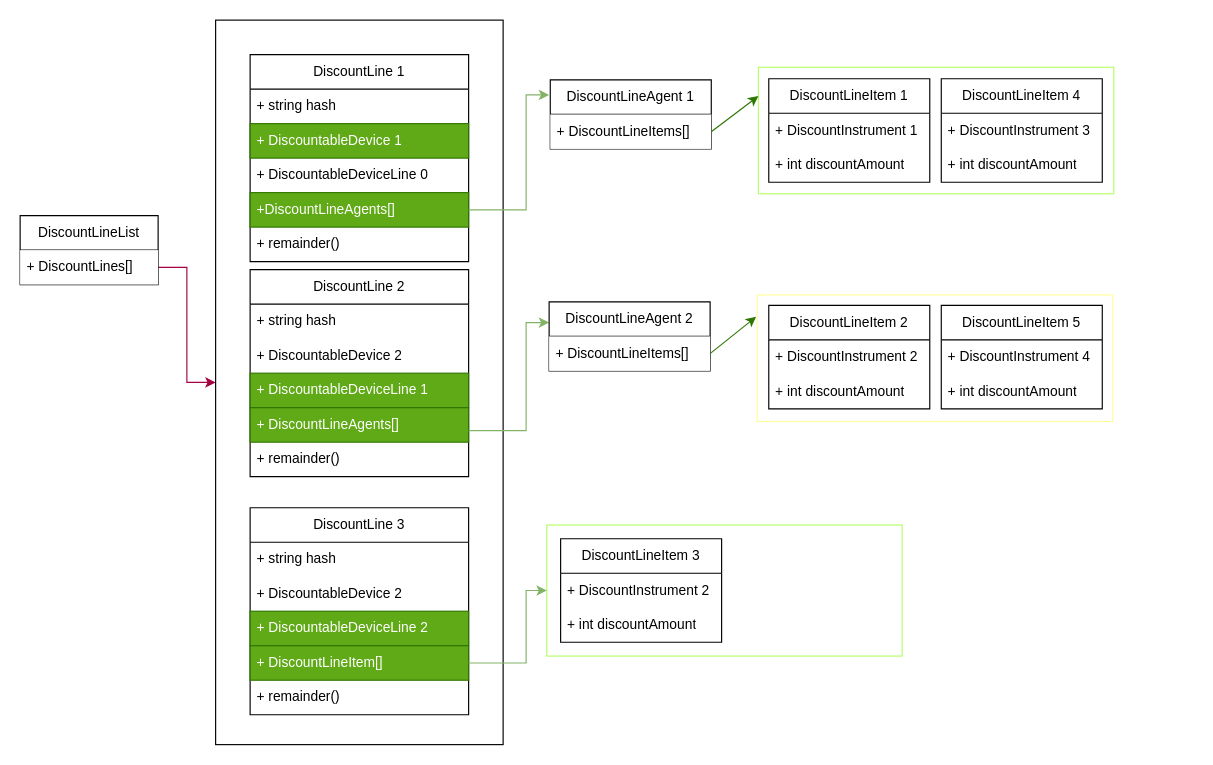
Before: discount.drawio in autepos/discount, a draw.io diagram. Source tidied: cells renumbered, new cells numbered last; positions are measured from the earlier drawing's top-left corner, leaving out a move shared by most shapes. Both pictures are drawn from the tidied source at 115%, with x=0, y=0 at pixel (20, 20).
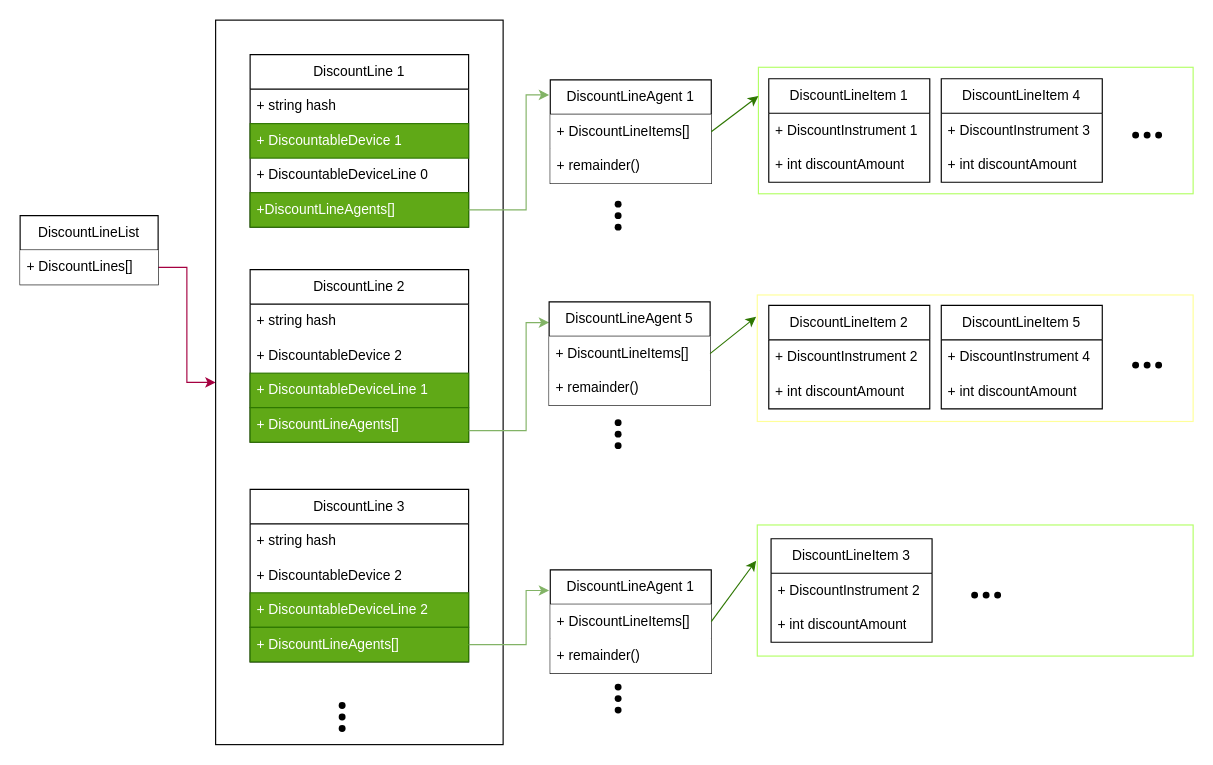
Above is the later version.

The change refers to these unchanged cells:
```xml
<mxCell id="46" value="+ DiscountLineItems[]" style="text;strokeColor=none;fillColor=default;align=left;verticalAlign=middle;spacingLeft=4;spacingRight=4;overflow=hidden;points=[[0,0.5],[1,0.5]];portConstraint=eastwest;whiteSpace=wrap;html=1;" parent="45" vertex="1">
  <mxGeometry y="30" width="140" height="30" as="geometry" />
</mxCell>
<mxCell id="49" value="+ DiscountLineItems[]" style="text;strokeColor=none;fillColor=default;align=left;verticalAlign=middle;spacingLeft=4;spacingRight=4;overflow=hidden;points=[[0,0.5],[1,0.5]];portConstraint=eastwest;whiteSpace=wrap;html=1;" parent="48" vertex="1">
  <mxGeometry y="30" width="140" height="30" as="geometry" />
</mxCell>
```

Diff of the diagram source:
```diff
@@
     <mxCell id="2" style="rounded=0;whiteSpace=wrap;html=1;strokeColor=#FFFF99;" parent="1" vertex="1">
-      <mxGeometry x="641" y="239" width="309" height="110" as="geometry" />
+      <mxGeometry x="641" y="239" width="379" height="110" as="geometry" />
     </mxCell>
     <mxCell id="3" style="rounded=0;whiteSpace=wrap;html=1;strokeColor=#B3FF66;" parent="1" vertex="1">
-      <mxGeometry x="458" y="439" width="309" height="114" as="geometry" />
+      <mxGeometry x="641" y="439" width="379" height="114" as="geometry" />
     </mxCell>
     <mxCell id="4" style="rounded=0;whiteSpace=wrap;html=1;strokeColor=#B3FF66;" parent="1" vertex="1">
-      <mxGeometry x="642" y="41" width="309" height="110" as="geometry" />
+      <mxGeometry x="642" y="41" width="378" height="110" as="geometry" />
     </mxCell>
@@
     <mxCell id="7" value="DiscountLine 1" style="swimlane;fontStyle=0;horizontal=1;startSize=30;whiteSpace=wrap;html=1;" parent="1" vertex="1">
-      <mxGeometry x="200" y="30" width="190" height="180" as="geometry" />
+      <mxGeometry x="200" y="30" width="190" height="150" as="geometry" />
     </mxCell>
@@
-    <mxCell id="12" value="+ remainder()" style="text;strokeColor=none;fillColor=none;align=left;verticalAlign=middle;spacingLeft=4;spacingRight=4;overflow=hidden;whiteSpace=wrap;html=1;" parent="7" vertex="1">
-      <mxGeometry y="150" width="190" height="30" as="geometry" />
-    </mxCell>
     <mxCell id="13" value="DiscountLine 2" style="swimlane;fontStyle=0;horizontal=1;startSize=30;whiteSpace=wrap;html=1;" parent="1" vertex="1">
-      <mxGeometry x="200" y="217" width="190" height="180" as="geometry" />
+      <mxGeometry x="200" y="217" width="190" height="150" as="geometry" />
     </mxCell>
@@
-    <mxCell id="18" value="+ remainder()" style="text;strokeColor=none;fillColor=none;align=left;verticalAlign=middle;spacingLeft=4;spacingRight=4;overflow=hidden;whiteSpace=wrap;html=1;" parent="13" vertex="1">
-      <mxGeometry y="150" width="190" height="30" as="geometry" />
-    </mxCell>
     <mxCell id="19" value="DiscountLine 3" style="swimlane;fontStyle=0;horizontal=1;startSize=30;whiteSpace=wrap;html=1;" parent="1" vertex="1">
-      <mxGeometry x="200" y="424" width="190" height="180" as="geometry" />
+      <mxGeometry x="200" y="408" width="190" height="150" as="geometry" />
     </mxCell>
@@
-    <mxCell id="23" value="+&amp;nbsp;&lt;span style=&quot;text-align: center;&quot;&gt;DiscountLineItem&lt;/span&gt;[]" style="text;strokeColor=#2D7600;fillColor=#60a917;align=left;verticalAlign=middle;spacingLeft=4;spacingRight=4;overflow=hidden;points=[[0,0.5],[1,0.5]];portConstraint=eastwest;whiteSpace=wrap;html=1;fontColor=#ffffff;" parent="19" vertex="1">
+    <mxCell id="23" value="+&amp;nbsp;&lt;span style=&quot;text-align: center;&quot;&gt;DiscountLineAgents&lt;/span&gt;[]" style="text;strokeColor=#2D7600;fillColor=#60a917;align=left;verticalAlign=middle;spacingLeft=4;spacingRight=4;overflow=hidden;points=[[0,0.5],[1,0.5]];portConstraint=eastwest;whiteSpace=wrap;html=1;fontColor=#ffffff;" parent="19" vertex="1">
       <mxGeometry y="120" width="190" height="30" as="geometry" />
     </mxCell>
-    <mxCell id="24" value="+ remainder()" style="text;strokeColor=none;fillColor=none;align=left;verticalAlign=middle;spacingLeft=4;spacingRight=4;overflow=hidden;whiteSpace=wrap;html=1;" parent="19" vertex="1">
-      <mxGeometry y="150" width="190" height="30" as="geometry" />
-    </mxCell>
@@
-    <mxCell id="34" style="endArrow=classic;html=1;rounded=0;exitX=1;exitY=0.5;exitDx=0;exitDy=0;entryX=0;entryY=0.5;entryDx=0;entryDy=0;fillColor=#d5e8d4;strokeColor=#82b366;" parent="1" edge="1" source="23" target="3">
+    <mxCell id="34" style="endArrow=classic;html=1;rounded=0;exitX=1;exitY=0.5;exitDx=0;exitDy=0;fillColor=#d5e8d4;strokeColor=#82b366;" parent="1" edge="1" source="23">
       <mxGeometry relative="1" as="geometry">
+        <mxPoint x="460" y="496" as="targetPoint" />
         <Array as="points">
-          <mxPoint x="440" y="559" />
+          <mxPoint x="440" y="543" />
           <mxPoint x="440" y="496" />
         </Array>
       </mxGeometry>
     </mxCell>
     <mxCell id="35" value="DiscountLineItem 3" style="swimlane;fontStyle=0;horizontal=1;startSize=30;whiteSpace=wrap;html=1;strokeColor=default;fillColor=none;" parent="1" vertex="1">
-      <mxGeometry x="470" y="451" width="140" height="90" as="geometry" />
+      <mxGeometry x="653" y="451" width="140" height="90" as="geometry" />
     </mxCell>
@@
-    <mxCell id="45" value="DiscountLineAgent 2" style="swimlane;fontStyle=0;horizontal=1;startSize=30;whiteSpace=wrap;html=1;strokeColor=default;fillColor=default;" parent="1" vertex="1">
-      <mxGeometry x="460" y="245" width="140" height="60" as="geometry" />
+    <mxCell id="45" value="DiscountLineAgent 5" style="swimlane;fontStyle=0;horizontal=1;startSize=30;whiteSpace=wrap;html=1;strokeColor=default;fillColor=default;" parent="1" vertex="1">
+      <mxGeometry x="460" y="245" width="140" height="90" as="geometry" />
     </mxCell>
@@
+    <mxCell id="18" value="+ remainder()" style="text;strokeColor=none;fillColor=default;align=left;verticalAlign=middle;spacingLeft=4;spacingRight=4;overflow=hidden;whiteSpace=wrap;html=1;" parent="45" vertex="1">
+      <mxGeometry y="60" width="140" height="30" as="geometry" />
+    </mxCell>
-    <mxCell id="47" style="edgeStyle=none;html=1;exitX=1;exitY=0.75;exitDx=0;exitDy=0;fillColor=#60a917;strokeColor=#2D7600;" parent="1" edge="1" source="45">
+    <mxCell id="47" style="edgeStyle=none;html=1;exitX=1;exitY=0.5;exitDx=0;exitDy=0;fillColor=#60a917;strokeColor=#2D7600;" parent="1" edge="1" source="46">
       <mxGeometry relative="1" as="geometry">
         <mxPoint x="640" y="258" as="targetPoint" />
       </mxGeometry>
     </mxCell>
     <mxCell id="48" value="DiscountLineAgent 1" style="swimlane;fontStyle=0;horizontal=1;startSize=30;whiteSpace=wrap;html=1;strokeColor=default;fillColor=default;" parent="1" vertex="1">
-      <mxGeometry x="461" y="52" width="140" height="60" as="geometry" />
+      <mxGeometry x="461" y="52" width="140" height="90" as="geometry" />
     </mxCell>
@@
+    <mxCell id="12" value="+ remainder()" style="text;strokeColor=none;fillColor=default;align=left;verticalAlign=middle;spacingLeft=4;spacingRight=4;overflow=hidden;whiteSpace=wrap;html=1;" parent="48" vertex="1">
+      <mxGeometry y="60" width="140" height="30" as="geometry" />
+    </mxCell>
-    <mxCell id="50" style="edgeStyle=none;html=1;exitX=1;exitY=0.75;exitDx=0;exitDy=0;fillColor=#60a917;strokeColor=#2D7600;" parent="1" edge="1" source="48">
+    <mxCell id="50" style="edgeStyle=none;html=1;exitX=1;exitY=0.5;exitDx=0;exitDy=0;fillColor=#60a917;strokeColor=#2D7600;" parent="1" edge="1" source="49">
       <mxGeometry relative="1" as="geometry">
         <mxPoint x="642" y="66" as="targetPoint" />
       </mxGeometry>
     </mxCell>
+    <mxCell id="51" value="DiscountLineAgent 1" style="swimlane;fontStyle=0;horizontal=1;startSize=30;whiteSpace=wrap;html=1;strokeColor=default;fillColor=default;" parent="1" vertex="1">
+      <mxGeometry x="461" y="478" width="140" height="90" as="geometry" />
+    </mxCell>
+    <mxCell id="52" value="+ DiscountLineItems[]" style="text;strokeColor=none;fillColor=default;align=left;verticalAlign=middle;spacingLeft=4;spacingRight=4;overflow=hidden;points=[[0,0.5],[1,0.5]];portConstraint=eastwest;whiteSpace=wrap;html=1;" parent="51" vertex="1">
+      <mxGeometry y="30" width="140" height="30" as="geometry" />
+    </mxCell>
+    <mxCell id="24" value="+ remainder()" style="text;strokeColor=none;fillColor=default;align=left;verticalAlign=middle;spacingLeft=4;spacingRight=4;overflow=hidden;whiteSpace=wrap;html=1;" parent="51" vertex="1">
+      <mxGeometry y="60" width="140" height="30" as="geometry" />
+    </mxCell>
+    <mxCell id="53" style="edgeStyle=none;html=1;exitX=1;exitY=0.5;exitDx=0;exitDy=0;fillColor=#60a917;strokeColor=#2D7600;" parent="1" edge="1" source="52">
+      <mxGeometry relative="1" as="geometry">
+        <mxPoint x="640" y="470" as="targetPoint" />
+      </mxGeometry>
+    </mxCell>
+    <mxCell id="54" style="group;" parent="1" vertex="1">
+      <mxGeometry x="270" y="586" width="20" height="40" as="geometry" />
+    </mxCell>
+    <mxCell id="55" style="shape=waypoint;sketch=0;size=6;fillColor=none;perimeter=centerPerimeter;" parent="54" vertex="1">
+      <mxGeometry width="20" height="20" as="geometry" />
+    </mxCell>
+    <mxCell id="56" style="shape=waypoint;sketch=0;size=6;fillColor=none;perimeter=centerPerimeter;" parent="54" vertex="1">
+      <mxGeometry y="10" width="20" height="20" as="geometry" />
+    </mxCell>
+    <mxCell id="57" style="shape=waypoint;sketch=0;size=6;fillColor=none;perimeter=centerPerimeter;" parent="54" vertex="1">
+      <mxGeometry y="20" width="20" height="20" as="geometry" />
+    </mxCell>
+    <mxCell id="58" style="group;" parent="1" vertex="1">
+      <mxGeometry x="510" y="150" width="20" height="40" as="geometry" />
+    </mxCell>
+    <mxCell id="59" style="shape=waypoint;sketch=0;size=6;fillColor=none;perimeter=centerPerimeter;" parent="58" vertex="1">
+      <mxGeometry width="20" height="20" as="geometry" />
+    </mxCell>
+    <mxCell id="60" style="shape=waypoint;sketch=0;size=6;fillColor=none;perimeter=centerPerimeter;" parent="58" vertex="1">
+      <mxGeometry y="10" width="20" height="20" as="geometry" />
+    </mxCell>
+    <mxCell id="61" style="shape=waypoint;sketch=0;size=6;fillColor=none;perimeter=centerPerimeter;" parent="58" vertex="1">
+      <mxGeometry y="20" width="20" height="20" as="geometry" />
+    </mxCell>
+    <mxCell id="62" style="group;fillColor=none;" parent="1" vertex="1">
+      <mxGeometry x="510" y="340" width="20" height="40" as="geometry" />
+    </mxCell>
+    <mxCell id="63" style="shape=waypoint;sketch=0;size=6;fillColor=none;perimeter=centerPerimeter;" parent="62" vertex="1">
+      <mxGeometry width="20" height="20" as="geometry" />
+    </mxCell>
+    <mxCell id="64" style="shape=waypoint;sketch=0;size=6;fillColor=none;perimeter=centerPerimeter;" parent="62" vertex="1">
+      <mxGeometry y="10" width="20" height="20" as="geometry" />
+    </mxCell>
+    <mxCell id="65" style="shape=waypoint;sketch=0;size=6;fillColor=none;perimeter=centerPerimeter;" parent="62" vertex="1">
+      <mxGeometry y="20" width="20" height="20" as="geometry" />
+    </mxCell>
+    <mxCell id="66" style="group;fillColor=none;" parent="1" vertex="1">
+      <mxGeometry x="510" y="570" width="20" height="40" as="geometry" />
+    </mxCell>
+    <mxCell id="67" style="shape=waypoint;sketch=0;size=6;fillColor=none;perimeter=centerPerimeter;" parent="66" vertex="1">
+      <mxGeometry width="20" height="20" as="geometry" />
+    </mxCell>
+    <mxCell id="68" style="shape=waypoint;sketch=0;size=6;fillColor=none;perimeter=centerPerimeter;" parent="66" vertex="1">
+      <mxGeometry y="10" width="20" height="20" as="geometry" />
+    </mxCell>
+    <mxCell id="69" style="shape=waypoint;sketch=0;size=6;fillColor=none;perimeter=centerPerimeter;" parent="66" vertex="1">
+      <mxGeometry y="20" width="20" height="20" as="geometry" />
+    </mxCell>
+    <mxCell id="70" style="group;rotation=88;" parent="1" vertex="1">
+      <mxGeometry x="830" y="480" width="20" height="40" as="geometry" />
+    </mxCell>
+    <mxCell id="71" style="shape=waypoint;sketch=0;size=6;fillColor=none;perimeter=centerPerimeter;rotation=88;" parent="70" vertex="1">
+      <mxGeometry x="10" y="10" width="20" height="20" as="geometry" />
+    </mxCell>
+    <mxCell id="72" style="shape=waypoint;sketch=0;size=6;fillColor=none;perimeter=centerPerimeter;rotation=88;" parent="70" vertex="1">
+      <mxGeometry y="10" width="20" height="20" as="geometry" />
+    </mxCell>
+    <mxCell id="73" style="shape=waypoint;sketch=0;size=6;fillColor=none;perimeter=centerPerimeter;rotation=88;" parent="70" vertex="1">
+      <mxGeometry x="-10" y="10" width="20" height="20" as="geometry" />
+    </mxCell>
+    <mxCell id="74" style="group;rotation=88;" parent="1" vertex="1">
+      <mxGeometry x="970" y="280" width="20" height="40" as="geometry" />
+    </mxCell>
+    <mxCell id="75" style="shape=waypoint;sketch=0;size=6;fillColor=none;perimeter=centerPerimeter;rotation=88;" parent="74" vertex="1">
+      <mxGeometry x="10" y="10" width="20" height="20" as="geometry" />
+    </mxCell>
+    <mxCell id="76" style="shape=waypoint;sketch=0;size=6;fillColor=none;perimeter=centerPerimeter;rotation=88;" parent="74" vertex="1">
+      <mxGeometry y="10" width="20" height="20" as="geometry" />
+    </mxCell>
+    <mxCell id="77" style="shape=waypoint;sketch=0;size=6;fillColor=none;perimeter=centerPerimeter;rotation=88;" parent="74" vertex="1">
+      <mxGeometry x="-10" y="10" width="20" height="20" as="geometry" />
+    </mxCell>
+    <mxCell id="78" style="group;rotation=88;" parent="1" vertex="1">
+      <mxGeometry x="970" y="80" width="20" height="40" as="geometry" />
+    </mxCell>
+    <mxCell id="79" style="shape=waypoint;sketch=0;size=6;fillColor=none;perimeter=centerPerimeter;rotation=88;" parent="78" vertex="1">
+      <mxGeometry x="10" y="10" width="20" height="20" as="geometry" />
+    </mxCell>
+    <mxCell id="80" style="shape=waypoint;sketch=0;size=6;fillColor=none;perimeter=centerPerimeter;rotation=88;" parent="78" vertex="1">
+      <mxGeometry y="10" width="20" height="20" as="geometry" />
+    </mxCell>
+    <mxCell id="81" style="shape=waypoint;sketch=0;size=6;fillColor=none;perimeter=centerPerimeter;rotation=88;" parent="78" vertex="1">
+      <mxGeometry x="-10" y="10" width="20" height="20" as="geometry" />
+    </mxCell>
```
